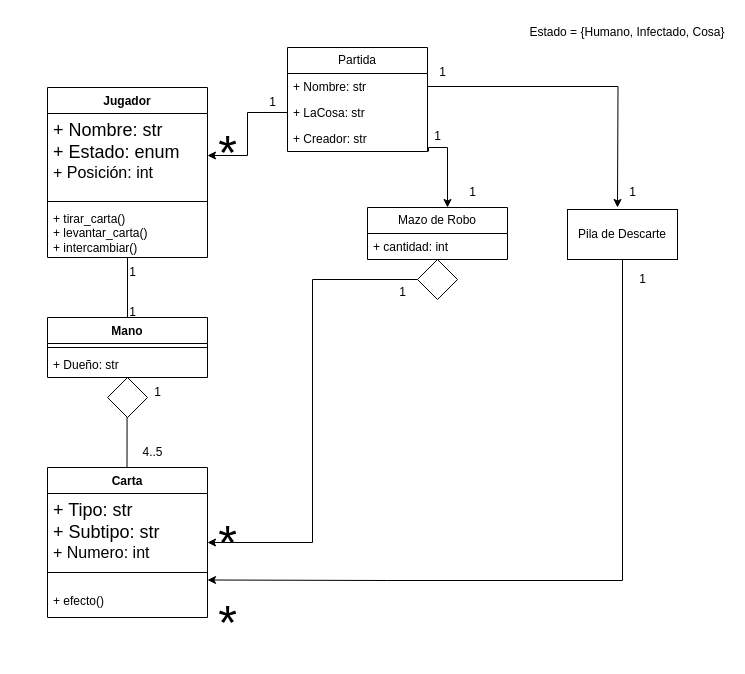
Earlier version of the draw.io diagram take-home/diagrama_clases.drawio (irmrz/ingenieria-software-1). Source tidied: cells renumbered, new cells numbered last; positions are measured from the earlier drawing's top-left corner, leaving out a move shared by most shapes. Both pictures are drawn from the tidied source at 100%, with x=0, y=0 at pixel (47, 17).
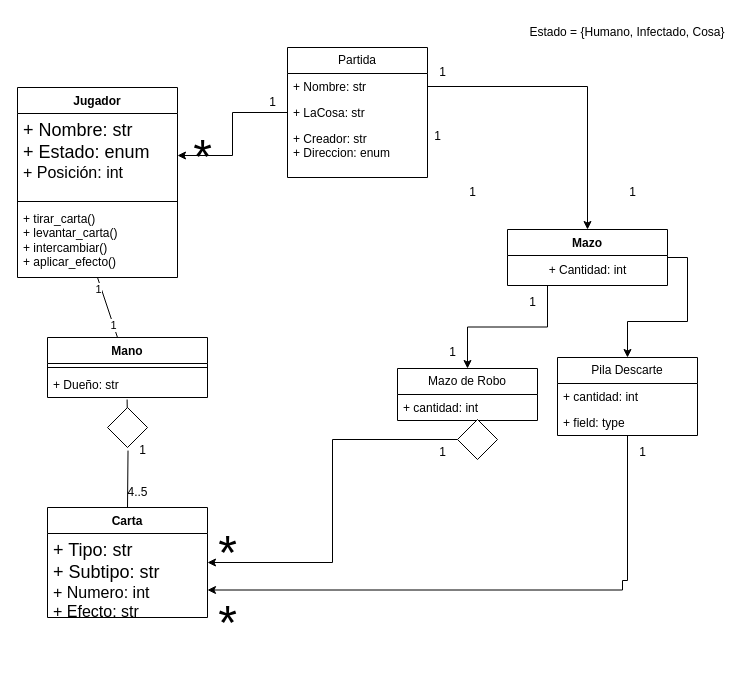
After the change.

Unchanged cells that the change refers to:
```xml
<mxCell id="13" style="endArrow=none;html=1;rounded=0;entryX=0.5;entryY=1;entryDx=0;entryDy=0;" parent="1" edge="1" source="10" target="2">
  <mxGeometry relative="1" as="geometry" />
</mxCell>
<mxCell id="23" value="&lt;div&gt;+ Nombre: str&lt;/div&gt;" style="text;strokeColor=none;fillColor=none;align=left;verticalAlign=top;spacingLeft=4;spacingRight=4;overflow=hidden;points=[[0,0.5],[1,0.5]];portConstraint=eastwest;whiteSpace=wrap;html=1;" parent="21" vertex="1">
  <mxGeometry y="26" width="140" height="26" as="geometry" />
</mxCell>
```

What changed in the source:
```diff
@@
     <mxCell id="2" value="Jugador" style="swimlane;fontStyle=1;align=center;verticalAlign=top;horizontal=1;startSize=26;whiteSpace=wrap;html=1;" parent="1" vertex="1">
-      <mxGeometry y="70" width="160" height="170" as="geometry" />
+      <mxGeometry x="-30" y="70" width="160" height="190" as="geometry" />
     </mxCell>
@@
-    <mxCell id="5" value="&lt;div&gt;+ tirar_carta()&lt;/div&gt;&lt;div&gt;+ levantar_carta()&lt;br&gt;&lt;/div&gt;&lt;div&gt;+ intercambiar()&lt;br&gt;&lt;/div&gt;&lt;div&gt;&lt;br&gt;&lt;/div&gt;" style="text;strokeColor=none;fillColor=none;align=left;verticalAlign=top;spacingLeft=4;spacingRight=4;overflow=hidden;whiteSpace=wrap;html=1;" parent="2" vertex="1">
-      <mxGeometry y="118" width="160" height="52" as="geometry" />
+    <mxCell id="5" value="&lt;div&gt;+ tirar_carta()&lt;/div&gt;&lt;div&gt;+ levantar_carta()&lt;br&gt;&lt;/div&gt;&lt;div&gt;+ intercambiar()&lt;br&gt;&lt;/div&gt;&lt;div&gt;+ aplicar_efecto()&lt;br&gt;&lt;/div&gt;" style="text;strokeColor=none;fillColor=none;align=left;verticalAlign=top;spacingLeft=4;spacingRight=4;overflow=hidden;whiteSpace=wrap;html=1;" parent="2" vertex="1">
+      <mxGeometry y="118" width="160" height="72" as="geometry" />
     </mxCell>
     <mxCell id="6" value="Carta" style="swimlane;fontStyle=1;align=center;verticalAlign=top;horizontal=1;startSize=26;whiteSpace=wrap;html=1;" parent="1" vertex="1">
-      <mxGeometry y="450" width="160" height="150" as="geometry" />
+      <mxGeometry y="490" width="160" height="110" as="geometry" />
     </mxCell>
-    <mxCell id="7" value="&lt;div&gt;&lt;font style=&quot;font-size: 18px;&quot;&gt;+ Tipo: str&lt;/font&gt;&lt;/div&gt;&lt;div&gt;&lt;font style=&quot;font-size: 18px;&quot;&gt;+ Subtipo: str&lt;br&gt;&lt;/font&gt;&lt;/div&gt;&lt;div&gt;&lt;font size=&quot;3&quot;&gt;+ Numero: int&lt;br&gt;&lt;/font&gt;&lt;/div&gt;" style="text;strokeColor=none;fillColor=none;align=left;verticalAlign=top;spacingLeft=4;spacingRight=4;overflow=hidden;whiteSpace=wrap;html=1;" parent="6" vertex="1">
-      <mxGeometry y="26" width="160" height="64" as="geometry" />
+    <mxCell id="7" value="&lt;div&gt;&lt;font style=&quot;font-size: 18px;&quot;&gt;+ Tipo: str&lt;/font&gt;&lt;/div&gt;&lt;div&gt;&lt;font style=&quot;font-size: 18px;&quot;&gt;+ Subtipo: str&lt;br&gt;&lt;/font&gt;&lt;/div&gt;&lt;div&gt;&lt;font size=&quot;3&quot;&gt;+ Numero: int&lt;br&gt;&lt;/font&gt;&lt;/div&gt;&lt;div&gt;&lt;font size=&quot;3&quot;&gt;+ Efecto: str&lt;br&gt;&lt;/font&gt;&lt;/div&gt;" style="text;strokeColor=none;fillColor=none;align=left;verticalAlign=top;spacingLeft=4;spacingRight=4;overflow=hidden;whiteSpace=wrap;html=1;" parent="6" vertex="1">
+      <mxGeometry y="26" width="160" height="84" as="geometry" />
     </mxCell>
-    <mxCell id="8" style="line;strokeWidth=1;fillColor=none;align=left;verticalAlign=middle;spacingTop=-1;spacingLeft=3;spacingRight=3;labelPosition=right;strokeColor=inherit;" parent="6" vertex="1">
-      <mxGeometry y="90" width="160" height="30" as="geometry" />
-    </mxCell>
-    <mxCell id="9" value="+ efecto()" style="text;strokeColor=none;fillColor=none;align=left;verticalAlign=top;spacingLeft=4;spacingRight=4;overflow=hidden;whiteSpace=wrap;html=1;" parent="6" vertex="1">
-      <mxGeometry y="120" width="160" height="30" as="geometry" />
-    </mxCell>
     <mxCell id="10" value="Mano" style="swimlane;fontStyle=1;align=center;verticalAlign=top;horizontal=1;startSize=26;whiteSpace=wrap;html=1;" parent="1" vertex="1">
-      <mxGeometry y="300" width="160" height="60" as="geometry" />
+      <mxGeometry y="320" width="160" height="60" as="geometry" />
     </mxCell>
@@
+    <mxCell id="44" value="1" style="edgeLabel;html=1;align=center;verticalAlign=middle;" parent="13" vertex="1">
+      <mxGeometry x="0.63" y="3" relative="1" as="geometry" />
+    </mxCell>
+    <mxCell id="45" value="1" style="edgeLabel;html=1;align=center;verticalAlign=middle;" parent="13" vertex="1">
+      <mxGeometry x="-0.6" relative="1" as="geometry" />
+    </mxCell>
-    <mxCell id="14" style="endArrow=none;html=1;rounded=0;entryX=0.513;entryY=1.077;entryDx=0;entryDy=0;entryPerimeter=0;" parent="1" edge="1">
+    <mxCell id="14" style="endArrow=none;html=1;rounded=0;entryX=0.513;entryY=1.077;entryDx=0;entryDy=0;entryPerimeter=0;" parent="1" edge="1" source="15">
       <mxGeometry relative="1" as="geometry">
-        <mxPoint x="79.5" y="450" as="sourcePoint" />
         <mxPoint x="79.6" y="382" as="targetPoint" />
       </mxGeometry>
     </mxCell>
-    <mxCell id="15" style="rhombus;whiteSpace=wrap;html=1;" parent="1" vertex="1">
-      <mxGeometry x="60" y="360" width="40" height="40" as="geometry" />
-    </mxCell>
-    <mxCell id="16" value="1" style="text;html=1;align=center;verticalAlign=middle;strokeColor=none;fillColor=none;" parent="1" vertex="1">
-      <mxGeometry x="70" y="240" width="30" height="30" as="geometry" />
-    </mxCell>
-    <mxCell id="17" value="1" style="text;html=1;align=center;verticalAlign=middle;strokeColor=none;fillColor=none;" parent="1" vertex="1">
-      <mxGeometry x="70" y="280" width="30" height="30" as="geometry" />
-    </mxCell>
     <mxCell id="18" value="1" style="text;html=1;align=center;verticalAlign=middle;strokeColor=none;fillColor=none;" parent="1" vertex="1">
-      <mxGeometry x="95" y="360" width="30" height="30" as="geometry" />
+      <mxGeometry x="80" y="418" width="30" height="30" as="geometry" />
     </mxCell>
     <mxCell id="19" value="4..5" style="text;html=1;align=center;verticalAlign=middle;strokeColor=none;fillColor=none;" parent="1" vertex="1">
-      <mxGeometry x="85" y="420" width="40" height="30" as="geometry" />
+      <mxGeometry x="70" y="460" width="40" height="30" as="geometry" />
     </mxCell>
-    <mxCell id="20" style="edgeStyle=orthogonalEdgeStyle;rounded=0;jettySize=auto;html=1;exitX=1.007;exitY=1;exitDx=0;exitDy=0;exitPerimeter=0;" parent="1" edge="1" source="25" target="28">
-      <mxGeometry relative="1" as="geometry">
-        <Array as="points">
-          <mxPoint x="381" y="130" />
-          <mxPoint x="400" y="130" />
-        </Array>
-      </mxGeometry>
-    </mxCell>
     <mxCell id="21" value="Partida" style="swimlane;fontStyle=0;horizontal=1;startSize=26;fillColor=none;whiteSpace=wrap;html=1;" parent="1" vertex="1">
-      <mxGeometry x="240" y="30" width="140" height="104" as="geometry" />
+      <mxGeometry x="240" y="30" width="140" height="130" as="geometry" />
     </mxCell>
-    <mxCell id="22" style="edgeStyle=orthogonalEdgeStyle;rounded=0;jettySize=auto;html=1;exitX=1;exitY=0.5;exitDx=0;exitDy=0;" parent="21" edge="1" source="23">
-      <mxGeometry relative="1" as="geometry">
-        <mxPoint x="330" y="160" as="targetPoint" />
-      </mxGeometry>
-    </mxCell>
@@
-    <mxCell id="25" value="+ Creador: str" style="text;strokeColor=none;fillColor=none;align=left;verticalAlign=top;spacingLeft=4;spacingRight=4;overflow=hidden;points=[[0,0.5],[1,0.5]];portConstraint=eastwest;whiteSpace=wrap;html=1;" parent="21" vertex="1">
-      <mxGeometry y="78" width="140" height="26" as="geometry" />
+    <mxCell id="25" value="&lt;div&gt;+ Creador: str&lt;/div&gt;&lt;div&gt;+ Direccion: enum&lt;br&gt;&lt;/div&gt;" style="text;strokeColor=none;fillColor=none;align=left;verticalAlign=top;spacingLeft=4;spacingRight=4;overflow=hidden;points=[[0,0.5],[1,0.5]];portConstraint=eastwest;whiteSpace=wrap;html=1;" parent="21" vertex="1">
+      <mxGeometry y="78" width="140" height="52" as="geometry" />
     </mxCell>
@@
     <mxCell id="28" value="Mazo de Robo" style="swimlane;fontStyle=0;horizontal=1;startSize=26;fillColor=none;whiteSpace=wrap;html=1;" parent="1" vertex="1">
-      <mxGeometry x="320" y="190" width="140" height="52" as="geometry" />
+      <mxGeometry x="350" y="351" width="140" height="52" as="geometry" />
     </mxCell>
@@
     <mxCell id="34" style="rhombus;whiteSpace=wrap;html=1;" parent="1" vertex="1">
-      <mxGeometry x="370" y="242" width="40" height="40" as="geometry" />
+      <mxGeometry x="410" y="402" width="40" height="40" as="geometry" />
     </mxCell>
     <mxCell id="35" value="1" style="text;html=1;align=center;verticalAlign=middle;strokeColor=none;fillColor=none;" parent="1" vertex="1">
-      <mxGeometry x="340" y="260" width="30" height="30" as="geometry" />
+      <mxGeometry x="380" y="420" width="30" height="30" as="geometry" />
     </mxCell>
     <mxCell id="36" value="&lt;font style=&quot;font-size: 48px;&quot;&gt;*&lt;/font&gt;" style="text;html=1;align=center;verticalAlign=middle;strokeColor=none;fillColor=none;" parent="1" vertex="1">
-      <mxGeometry x="160" y="490" width="40" height="70" as="geometry" />
+      <mxGeometry x="160" y="500" width="40" height="70" as="geometry" />
     </mxCell>
     <mxCell id="37" value="&lt;font style=&quot;font-size: 48px;&quot;&gt;*&lt;/font&gt;" style="text;html=1;align=center;verticalAlign=middle;strokeColor=none;fillColor=none;" parent="1" vertex="1">
-      <mxGeometry x="160" y="100" width="40" height="70" as="geometry" />
+      <mxGeometry x="135" y="104" width="40" height="70" as="geometry" />
     </mxCell>
-    <mxCell id="38" style="edgeStyle=orthogonalEdgeStyle;rounded=0;jettySize=auto;html=1;entryX=1;entryY=0.75;entryDx=0;entryDy=0;" parent="1" edge="1" source="39" target="6">
+    <mxCell id="38" style="edgeStyle=orthogonalEdgeStyle;rounded=0;jettySize=auto;html=1;entryX=1;entryY=0.75;entryDx=0;entryDy=0;exitX=0.5;exitY=1;exitDx=0;exitDy=0;" parent="1" edge="1" source="52" target="6">
       <mxGeometry relative="1" as="geometry">
         <Array as="points">
+          <mxPoint x="580" y="563" />
           <mxPoint x="575" y="563" />
-          <mxPoint x="340" y="563" />
         </Array>
       </mxGeometry>
     </mxCell>
-    <mxCell id="39" value="Pila de Descarte" style="html=1;whiteSpace=wrap;" parent="1" vertex="1">
-      <mxGeometry x="520" y="192" width="110" height="50" as="geometry" />
-    </mxCell>
@@
     <mxCell id="43" value="1" style="text;html=1;align=center;verticalAlign=middle;strokeColor=none;fillColor=none;" parent="1" vertex="1">
-      <mxGeometry x="580" y="247" width="30" height="30" as="geometry" />
+      <mxGeometry x="580" y="420" width="30" height="30" as="geometry" />
     </mxCell>
+    <mxCell id="22" style="edgeStyle=orthogonalEdgeStyle;rounded=0;jettySize=auto;html=1;exitX=1;exitY=0.5;exitDx=0;exitDy=0;entryX=0.5;entryY=0;entryDx=0;entryDy=0;" parent="1" edge="1" source="48" target="52">
+      <mxGeometry relative="1" as="geometry" />
+    </mxCell>
+    <mxCell id="46" style="edgeStyle=orthogonalEdgeStyle;rounded=0;jettySize=auto;html=1;exitX=1;exitY=0.5;exitDx=0;exitDy=0;entryX=0.5;entryY=0;entryDx=0;entryDy=0;" parent="1" edge="1" source="23" target="48">
+      <mxGeometry relative="1" as="geometry" />
+    </mxCell>
+    <mxCell id="47" style="edgeStyle=orthogonalEdgeStyle;rounded=0;jettySize=auto;html=1;exitX=0.25;exitY=1;exitDx=0;exitDy=0;entryX=0.5;entryY=0;entryDx=0;entryDy=0;" parent="1" edge="1" source="48" target="28">
+      <mxGeometry relative="1" as="geometry" />
+    </mxCell>
+    <mxCell id="48" value="Mazo" style="swimlane;fontStyle=1;align=center;verticalAlign=top;horizontal=1;startSize=26;whiteSpace=wrap;html=1;" parent="1" vertex="1">
+      <mxGeometry x="460" y="212" width="160" height="56" as="geometry" />
+    </mxCell>
+    <mxCell id="49" value="+ Cantidad: int" style="text;html=1;align=center;verticalAlign=middle;strokeColor=none;fillColor=none;" parent="48" vertex="1">
+      <mxGeometry y="26" width="160" height="30" as="geometry" />
+    </mxCell>
+    <mxCell id="50" value="1" style="text;html=1;align=center;verticalAlign=middle;strokeColor=none;fillColor=none;" parent="1" vertex="1">
+      <mxGeometry x="470" y="270" width="30" height="30" as="geometry" />
+    </mxCell>
+    <mxCell id="51" value="1" style="text;html=1;align=center;verticalAlign=middle;strokeColor=none;fillColor=none;" parent="1" vertex="1">
+      <mxGeometry x="390" y="320" width="30" height="30" as="geometry" />
+    </mxCell>
+    <mxCell id="52" value="Pila Descarte" style="swimlane;fontStyle=0;horizontal=1;startSize=26;fillColor=none;whiteSpace=wrap;html=1;" parent="1" vertex="1">
+      <mxGeometry x="510" y="340" width="140" height="78" as="geometry" />
+    </mxCell>
+    <mxCell id="53" value="+ cantidad: int" style="text;strokeColor=none;fillColor=none;align=left;verticalAlign=top;spacingLeft=4;spacingRight=4;overflow=hidden;whiteSpace=wrap;html=1;" parent="52" vertex="1">
+      <mxGeometry y="26" width="140" height="26" as="geometry" />
+    </mxCell>
+    <mxCell id="54" value="+ field: type" style="text;strokeColor=none;fillColor=none;align=left;verticalAlign=top;spacingLeft=4;spacingRight=4;overflow=hidden;whiteSpace=wrap;html=1;" parent="52" vertex="1">
+      <mxGeometry y="52" width="140" height="26" as="geometry" />
+    </mxCell>
+    <mxCell id="55" style="endArrow=none;html=1;rounded=0;entryX=0.513;entryY=1.077;entryDx=0;entryDy=0;entryPerimeter=0;exitX=0.5;exitY=0;exitDx=0;exitDy=0;" parent="1" edge="1" source="6" target="15">
+      <mxGeometry relative="1" as="geometry" />
+    </mxCell>
+    <mxCell id="15" style="rhombus;whiteSpace=wrap;html=1;" parent="1" vertex="1">
+      <mxGeometry x="60" y="390" width="40" height="40" as="geometry" />
+    </mxCell>
```
